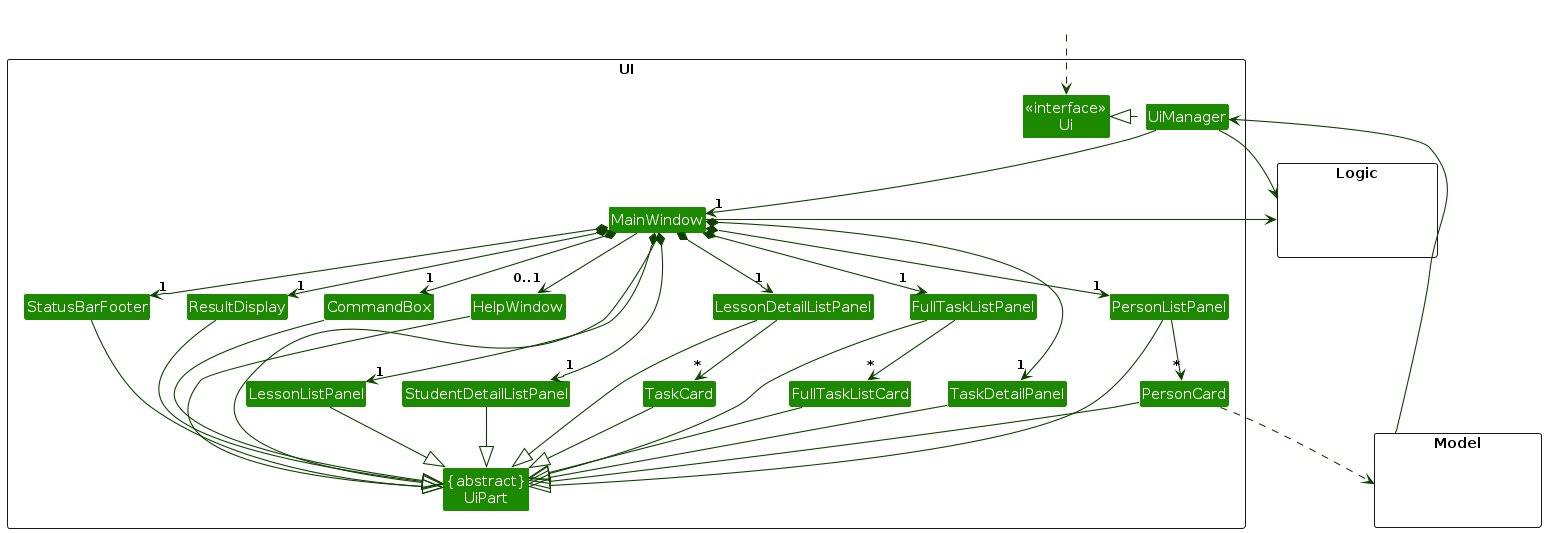
AY2324S1-CS2103T-T11-3/tp keeps this PlantUML diagram as diagrams/UiClassDiagram.png. Above is the earlier version. Its source is kept beside it as diagrams/UiClassDiagram.puml.
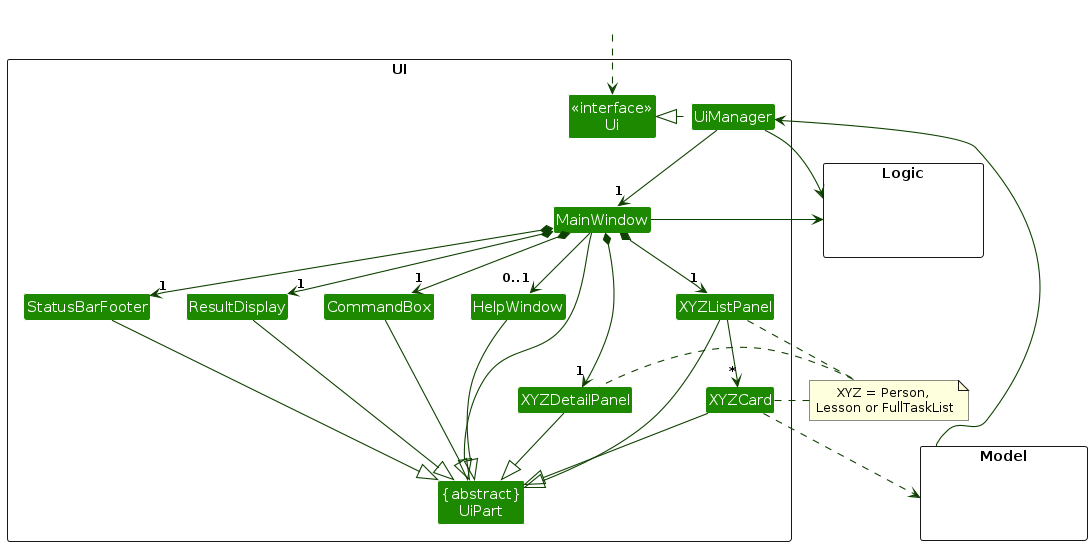
The same file after the commit.

The edit, as a diff of the source:
```diff
@@ -11,17 +11,14 @@
 Class MainWindow
 Class HelpWindow
 Class ResultDisplay
-Class PersonListPanel
-Class LessonListPanel
-Class StudentDetailListPanel
-Class LessonDetailListPanel
-Class PersonCard
+
+Class XYZListPanel
+Class XYZDetailPanel
+Class XYZCard
+
 Class StatusBarFooter
 Class CommandBox
-Class FullTaskListCard
-Class FullTaskListPanel
-Class TaskDetailPanel
-Class TaskCard
+
 }
 
 package Model <<Rectangle>> {
@@ -39,42 +36,38 @@
 UiManager -down-> "1" MainWindow
 MainWindow *-down->  "1" CommandBox
 MainWindow *-down-> "1" ResultDisplay
-MainWindow *-down-> "1" PersonListPanel
-MainWindow *-down-> "1" LessonListPanel
-MainWindow *-down-> "1" StudentDetailListPanel
-MainWindow *-down-> "1" LessonDetailListPanel
-MainWindow *-down-> "1" FullTaskListPanel
-MainWindow *-down-> "1" TaskDetailPanel
+
+MainWindow *-down-> "1" XYZListPanel
+MainWindow *-down-> "1" XYZDetailPanel
+
 MainWindow *-down-> "1" StatusBarFooter
 MainWindow --> "0..1" HelpWindow
 
-PersonListPanel -down-> "*" PersonCard
-FullTaskListPanel -down-> "*" FullTaskListCard
-LessonDetailListPanel -down-> "*" TaskCard
+XYZListPanel -down-> "*" XYZCard
 
-MainWindow -left-|> UiPart
+MainWindow --|> UiPart
 
 ResultDisplay --|> UiPart
 CommandBox --|> UiPart
-PersonListPanel --|> UiPart
-PersonCard --|> UiPart
+
 StatusBarFooter --|> UiPart
 HelpWindow --|> UiPart
 
-LessonListPanel --|> UiPart
-StudentDetailListPanel --|> UiPart
-LessonDetailListPanel --|> UiPart
-FullTaskListPanel --|> UiPart
-TaskDetailPanel --|> UiPart
-FullTaskListCard --|> UiPart
-TaskCard --|> UiPart
+XYZListPanel --|> UiPart
+XYZDetailPanel --|> UiPart
+XYZCard --|> UiPart
+note "XYZ = Person, \nLesson or FullTaskList" as XYZNote
+XYZListPanel .. XYZNote
+XYZNote .. XYZDetailPanel
+XYZCard .. XYZNote
 
-PersonCard ..> Model
+XYZCard ..> Model
+
 UiManager -right-> Logic
 MainWindow -left-> Logic
 Model -> UiManager
 
-PersonListPanel -[hidden]left- HelpWindow
+
 HelpWindow -[hidden]left- CommandBox
 CommandBox -[hidden]left- ResultDisplay
 ResultDisplay -[hidden]left- StatusBarFooter
```
